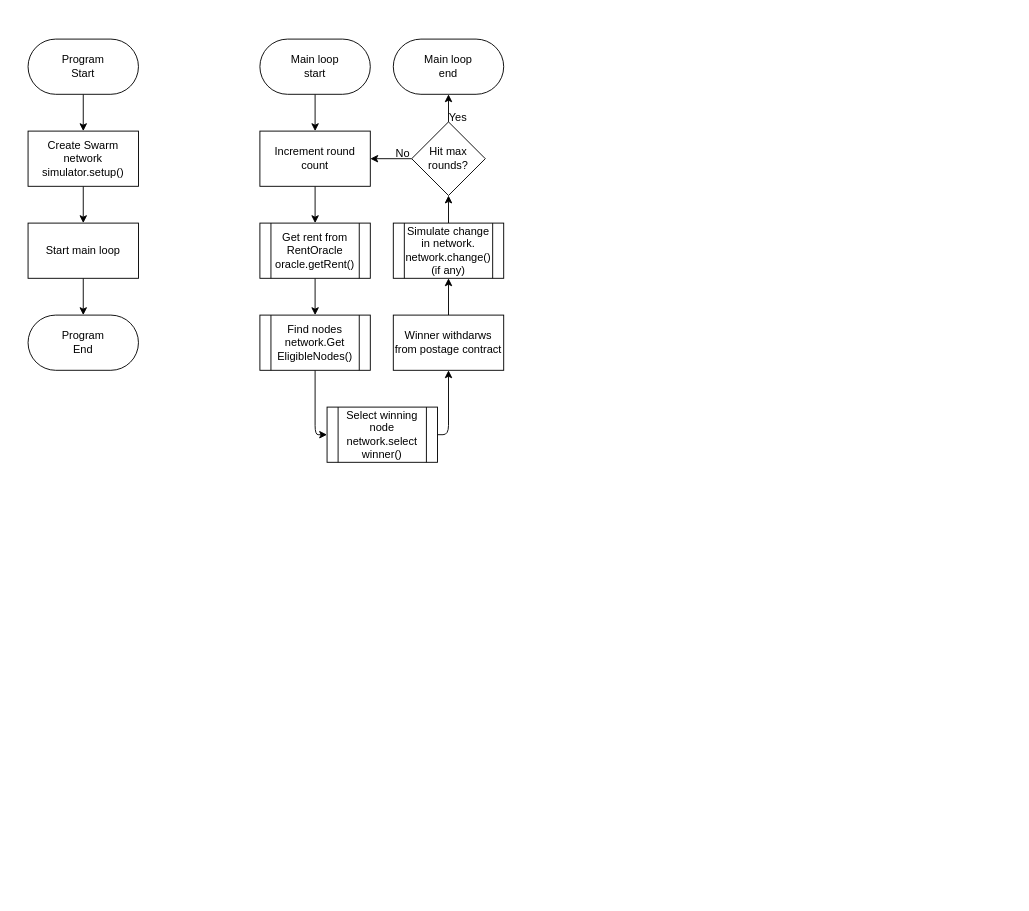
The draw.io diagram Resources/Figures/Swarmsis-Flowchart.drawio in KHTjessem/SwarmSI-Sim, before the edit. Source tidied: cells renumbered, new cells numbered last; positions are measured from the earlier drawing's top-left corner, leaving out a move shared by most shapes. Both pictures are drawn from the tidied source at 92%, with x=0, y=0 at pixel (28, 39).
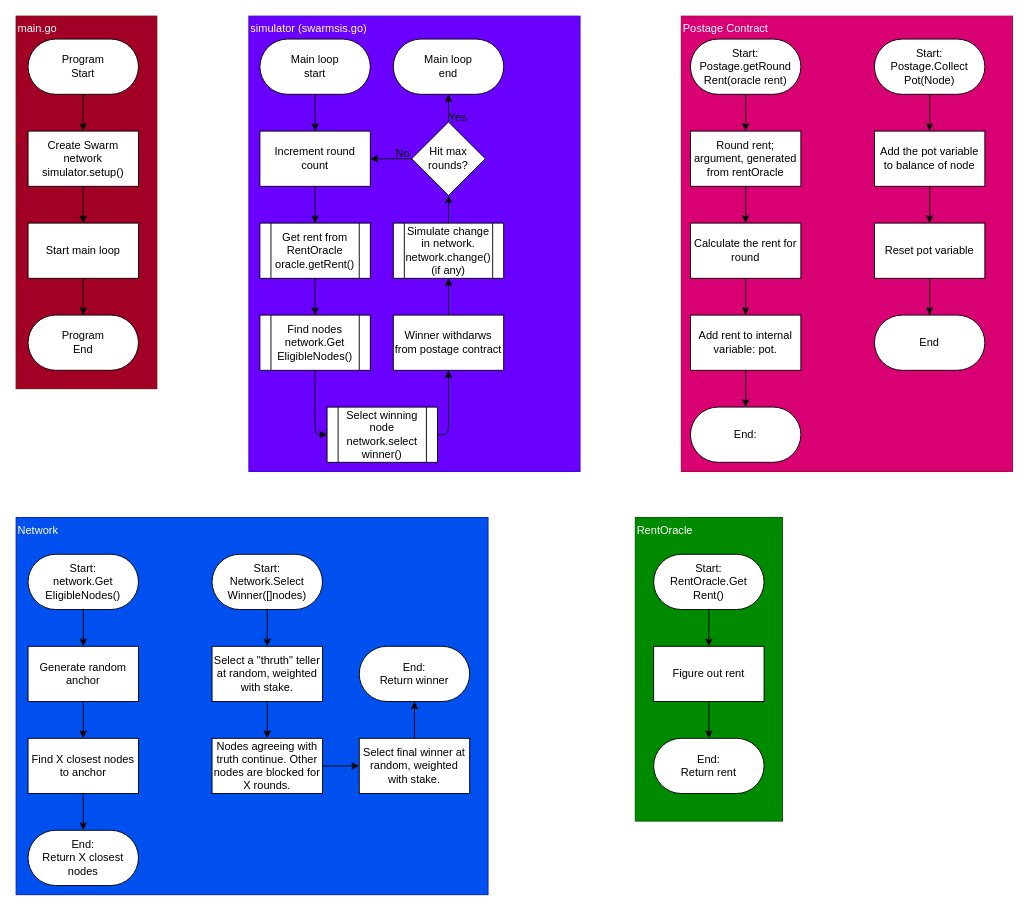
The same diagram, later.

Commit message (it also covers changes not shown here):
Added more to flowchart. Exported to svg.

Diff of the diagram source:
```diff
@@
+    <mxCell id="29" value="Postage Contract" style="whiteSpace=wrap;html=1;fillColor=#d80073;fontColor=#ffffff;strokeColor=#A50040;align=left;verticalAlign=top;" parent="1" vertex="1">
+      <mxGeometry x="710" y="-25" width="360" height="495" as="geometry" />
+    </mxCell>
+    <mxCell id="30" value="RentOracle" style="whiteSpace=wrap;html=1;align=left;verticalAlign=top;fillColor=#008a00;fontColor=#ffffff;strokeColor=#005700;" parent="1" vertex="1">
+      <mxGeometry x="660" y="520" width="160" height="330" as="geometry" />
+    </mxCell>
+    <mxCell id="31" value="main.go" style="whiteSpace=wrap;html=1;fillColor=#a20025;fontColor=#ffffff;strokeColor=#6F0000;align=left;verticalAlign=top;" parent="1" vertex="1">
+      <mxGeometry x="-13" y="-25" width="153" height="405" as="geometry" />
+    </mxCell>
+    <mxCell id="32" value="simulator (swarmsis.go)" style="whiteSpace=wrap;html=1;align=left;verticalAlign=top;fillColor=#6a00ff;fontColor=#ffffff;strokeColor=#3700CC;" parent="1" vertex="1">
+      <mxGeometry x="240" y="-25" width="360" height="495" as="geometry" />
+    </mxCell>
+    <mxCell id="33" value="Network" style="whiteSpace=wrap;html=1;fillColor=#0050ef;fontColor=#ffffff;strokeColor=#001DBC;align=left;verticalAlign=top;" parent="1" vertex="1">
+      <mxGeometry x="-13" y="520" width="513" height="410" as="geometry" />
+    </mxCell>
@@
+    <mxCell id="34" style="edgeStyle=none;html=1;exitX=0.5;exitY=1;exitDx=0;exitDy=0;entryX=0.5;entryY=0;entryDx=0;entryDy=0;" parent="1" edge="1" source="35" target="37">
+      <mxGeometry relative="1" as="geometry" />
+    </mxCell>
+    <mxCell id="35" value="Start:&lt;br&gt;network.Get&lt;br&gt;EligibleNodes()" style="rounded=1;whiteSpace=wrap;html=1;arcSize=50;" parent="1" vertex="1">
+      <mxGeometry y="560" width="120" height="60" as="geometry" />
+    </mxCell>
+    <mxCell id="36" style="edgeStyle=none;html=1;exitX=0.5;exitY=1;exitDx=0;exitDy=0;" parent="1" edge="1" source="37" target="39">
+      <mxGeometry relative="1" as="geometry" />
+    </mxCell>
+    <mxCell id="37" value="Generate random anchor" style="whiteSpace=wrap;html=1;" parent="1" vertex="1">
+      <mxGeometry y="660" width="120" height="60" as="geometry" />
+    </mxCell>
+    <mxCell id="38" style="edgeStyle=none;html=1;exitX=0.5;exitY=1;exitDx=0;exitDy=0;" parent="1" edge="1" source="39" target="46">
+      <mxGeometry relative="1" as="geometry" />
+    </mxCell>
+    <mxCell id="39" value="Find X closest nodes to anchor" style="whiteSpace=wrap;html=1;" parent="1" vertex="1">
+      <mxGeometry y="760" width="120" height="60" as="geometry" />
+    </mxCell>
+    <mxCell id="40" style="edgeStyle=none;html=1;exitX=0.5;exitY=1;exitDx=0;exitDy=0;" parent="1" edge="1" source="41" target="43">
+      <mxGeometry relative="1" as="geometry" />
+    </mxCell>
+    <mxCell id="41" value="Select a &quot;thruth&quot; teller at random,&amp;nbsp;weighted with stake." style="whiteSpace=wrap;html=1;" parent="1" vertex="1">
+      <mxGeometry x="200" y="660" width="120" height="60" as="geometry" />
+    </mxCell>
+    <mxCell id="42" style="edgeStyle=none;html=1;exitX=1;exitY=0.5;exitDx=0;exitDy=0;entryX=0;entryY=0.5;entryDx=0;entryDy=0;" parent="1" edge="1" source="43" target="45">
+      <mxGeometry relative="1" as="geometry" />
+    </mxCell>
+    <mxCell id="43" value="Nodes agreeing with truth continue. Other nodes are blocked for X rounds." style="whiteSpace=wrap;html=1;" parent="1" vertex="1">
+      <mxGeometry x="200" y="760" width="120" height="60" as="geometry" />
+    </mxCell>
+    <mxCell id="44" style="edgeStyle=none;html=1;exitX=0.5;exitY=0;exitDx=0;exitDy=0;" parent="1" edge="1" source="45" target="49">
+      <mxGeometry relative="1" as="geometry" />
+    </mxCell>
+    <mxCell id="45" value="Select final winner at random,&amp;nbsp;weighted with stake." style="whiteSpace=wrap;html=1;" parent="1" vertex="1">
+      <mxGeometry x="360" y="760" width="120" height="60" as="geometry" />
+    </mxCell>
+    <mxCell id="46" value="End:&lt;br&gt;Return X closest nodes" style="rounded=1;whiteSpace=wrap;html=1;arcSize=50;" parent="1" vertex="1">
+      <mxGeometry y="860" width="120" height="60" as="geometry" />
+    </mxCell>
+    <mxCell id="47" style="edgeStyle=none;html=1;exitX=0.5;exitY=1;exitDx=0;exitDy=0;" parent="1" edge="1" source="48" target="41">
+      <mxGeometry relative="1" as="geometry" />
+    </mxCell>
+    <mxCell id="48" value="Start:&lt;br&gt;Network.Select&lt;br&gt;Winner([]nodes)" style="rounded=1;whiteSpace=wrap;html=1;arcSize=50;" parent="1" vertex="1">
+      <mxGeometry x="200" y="560" width="120" height="60" as="geometry" />
+    </mxCell>
+    <mxCell id="49" value="End:&lt;br&gt;Return winner" style="rounded=1;whiteSpace=wrap;html=1;arcSize=50;" parent="1" vertex="1">
+      <mxGeometry x="360" y="660" width="120" height="60" as="geometry" />
+    </mxCell>
+    <mxCell id="50" style="edgeStyle=none;html=1;exitX=0.5;exitY=1;exitDx=0;exitDy=0;" parent="1" edge="1" source="51" target="53">
+      <mxGeometry relative="1" as="geometry" />
+    </mxCell>
+    <mxCell id="51" value="Start:&lt;br&gt;RentOracle.Get&lt;br&gt;Rent()" style="rounded=1;whiteSpace=wrap;html=1;arcSize=50;" parent="1" vertex="1">
+      <mxGeometry x="680" y="560" width="120" height="60" as="geometry" />
+    </mxCell>
+    <mxCell id="52" style="edgeStyle=none;html=1;exitX=0.5;exitY=1;exitDx=0;exitDy=0;" parent="1" edge="1" source="53" target="54">
+      <mxGeometry relative="1" as="geometry" />
+    </mxCell>
+    <mxCell id="53" value="Figure out rent" style="whiteSpace=wrap;html=1;" parent="1" vertex="1">
+      <mxGeometry x="680" y="660" width="120" height="60" as="geometry" />
+    </mxCell>
+    <mxCell id="54" value="End:&lt;br&gt;Return rent" style="rounded=1;whiteSpace=wrap;html=1;arcSize=50;" parent="1" vertex="1">
+      <mxGeometry x="680" y="760" width="120" height="60" as="geometry" />
+    </mxCell>
+    <mxCell id="55" style="edgeStyle=none;html=1;exitX=0.5;exitY=1;exitDx=0;exitDy=0;" parent="1" edge="1" source="56" target="58">
+      <mxGeometry relative="1" as="geometry" />
+    </mxCell>
+    <mxCell id="56" value="Start:&lt;br&gt;Postage.getRound&lt;br&gt;Rent(oracle rent)" style="rounded=1;whiteSpace=wrap;html=1;arcSize=50;" parent="1" vertex="1">
+      <mxGeometry x="720" width="120" height="60" as="geometry" />
+    </mxCell>
+    <mxCell id="57" style="edgeStyle=none;html=1;exitX=0.5;exitY=1;exitDx=0;exitDy=0;" parent="1" edge="1" source="58" target="60">
+      <mxGeometry relative="1" as="geometry" />
+    </mxCell>
+    <mxCell id="58" value="Round rent; argument, generated from rentOracle" style="whiteSpace=wrap;html=1;" parent="1" vertex="1">
+      <mxGeometry x="720" y="100" width="120" height="60" as="geometry" />
+    </mxCell>
+    <mxCell id="59" style="edgeStyle=none;html=1;exitX=0.5;exitY=1;exitDx=0;exitDy=0;" parent="1" edge="1" source="60" target="62">
+      <mxGeometry relative="1" as="geometry" />
+    </mxCell>
+    <mxCell id="60" value="Calculate the rent for round" style="whiteSpace=wrap;html=1;" parent="1" vertex="1">
+      <mxGeometry x="720" y="200" width="120" height="60" as="geometry" />
+    </mxCell>
+    <mxCell id="61" style="edgeStyle=none;html=1;exitX=0.5;exitY=1;exitDx=0;exitDy=0;" parent="1" edge="1" source="62" target="63">
+      <mxGeometry relative="1" as="geometry" />
+    </mxCell>
+    <mxCell id="62" value="Add rent to internal variable: pot." style="whiteSpace=wrap;html=1;" parent="1" vertex="1">
+      <mxGeometry x="720" y="300" width="120" height="60" as="geometry" />
+    </mxCell>
+    <mxCell id="63" value="End:" style="rounded=1;whiteSpace=wrap;html=1;arcSize=50;" parent="1" vertex="1">
+      <mxGeometry x="720" y="400" width="120" height="60" as="geometry" />
+    </mxCell>
+    <mxCell id="64" style="edgeStyle=none;html=1;exitX=0.5;exitY=1;exitDx=0;exitDy=0;" parent="1" edge="1" source="65" target="67">
+      <mxGeometry relative="1" as="geometry" />
+    </mxCell>
+    <mxCell id="65" value="Start:&lt;br&gt;Postage.Collect&lt;br&gt;Pot(Node)" style="rounded=1;whiteSpace=wrap;html=1;arcSize=50;" parent="1" vertex="1">
+      <mxGeometry x="920" width="120" height="60" as="geometry" />
+    </mxCell>
+    <mxCell id="66" style="edgeStyle=none;html=1;exitX=0.5;exitY=1;exitDx=0;exitDy=0;" parent="1" edge="1" source="67" target="69">
+      <mxGeometry relative="1" as="geometry" />
+    </mxCell>
+    <mxCell id="67" value="Add the pot variable to balance of node" style="whiteSpace=wrap;html=1;" parent="1" vertex="1">
+      <mxGeometry x="920" y="100" width="120" height="60" as="geometry" />
+    </mxCell>
+    <mxCell id="68" style="edgeStyle=none;html=1;exitX=0.5;exitY=1;exitDx=0;exitDy=0;" parent="1" edge="1" source="69" target="70">
+      <mxGeometry relative="1" as="geometry" />
+    </mxCell>
+    <mxCell id="69" value="Reset pot variable" style="whiteSpace=wrap;html=1;" parent="1" vertex="1">
+      <mxGeometry x="920" y="200" width="120" height="60" as="geometry" />
+    </mxCell>
+    <mxCell id="70" value="End" style="rounded=1;whiteSpace=wrap;html=1;arcSize=50;" parent="1" vertex="1">
+      <mxGeometry x="920" y="300" width="120" height="60" as="geometry" />
+    </mxCell>
```
